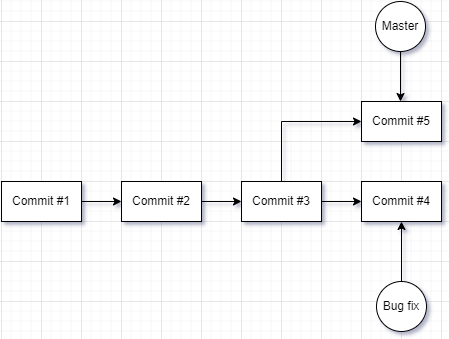
Earlier version of the draw.io export Assets/images/git-branch-change-main.png (braboj/tutorial-git). Source tidied: cells renumbered, new cells last; positions are measured from the earlier drawing's top-left corner, leaving out a move shared by most shapes.
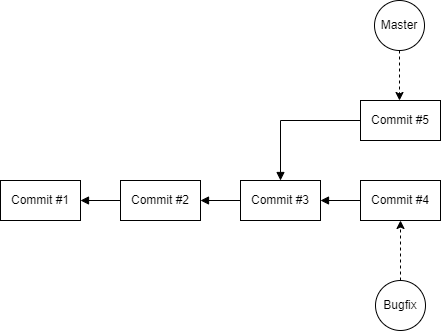
Later version of the same file.

The edit, as a diff of the source:
```diff
@@ -2,22 +2,22 @@
   <root>
     <mxCell id="0" />
     <mxCell id="1" parent="0" />
-    <mxCell id="2" style="edgeStyle=orthogonalEdgeStyle;rounded=0;jettySize=auto;html=1;entryX=0;entryY=0.5;entryDx=0;entryDy=0;" parent="1" edge="1" source="3" target="5">
+    <mxCell id="2" style="edgeStyle=orthogonalEdgeStyle;rounded=0;jettySize=auto;html=1;entryX=0;entryY=0.5;entryDx=0;entryDy=0;endArrow=none;endFill=0;startArrow=block;startFill=1;" parent="1" edge="1" source="3" target="5">
       <mxGeometry relative="1" as="geometry" />
     </mxCell>
     <mxCell id="3" value="Commit #1" style="rounded=0;whiteSpace=wrap;html=1;" parent="1" vertex="1">
       <mxGeometry y="180" width="80" height="40" as="geometry" />
     </mxCell>
-    <mxCell id="4" style="edgeStyle=orthogonalEdgeStyle;rounded=0;jettySize=auto;html=1;" parent="1" edge="1" source="5" target="8">
+    <mxCell id="4" style="edgeStyle=orthogonalEdgeStyle;rounded=0;jettySize=auto;html=1;endArrow=none;endFill=0;startArrow=block;startFill=1;" parent="1" edge="1" source="5" target="8">
       <mxGeometry relative="1" as="geometry" />
     </mxCell>
     <mxCell id="5" value="Commit #2" style="rounded=0;whiteSpace=wrap;html=1;" parent="1" vertex="1">
       <mxGeometry x="120" y="180" width="80" height="40" as="geometry" />
     </mxCell>
-    <mxCell id="6" style="edgeStyle=orthogonalEdgeStyle;rounded=0;jettySize=auto;html=1;entryX=0;entryY=0.5;entryDx=0;entryDy=0;" parent="1" edge="1" source="8" target="11">
+    <mxCell id="6" style="edgeStyle=orthogonalEdgeStyle;rounded=0;jettySize=auto;html=1;entryX=0;entryY=0.5;entryDx=0;entryDy=0;endArrow=none;endFill=0;startArrow=block;startFill=1;" parent="1" edge="1" source="8" target="11">
       <mxGeometry relative="1" as="geometry" />
     </mxCell>
-    <mxCell id="7" style="edgeStyle=orthogonalEdgeStyle;rounded=0;jettySize=auto;html=1;entryX=0;entryY=0.5;entryDx=0;entryDy=0;" parent="1" edge="1" source="8" target="14">
+    <mxCell id="7" style="edgeStyle=orthogonalEdgeStyle;rounded=0;jettySize=auto;html=1;entryX=0;entryY=0.5;entryDx=0;entryDy=0;endArrow=none;endFill=0;startArrow=block;startFill=1;" parent="1" edge="1" source="8" target="14">
       <mxGeometry relative="1" as="geometry">
         <Array as="points">
           <mxPoint x="280" y="120" />
@@ -27,7 +27,7 @@
     <mxCell id="8" value="Commit #3" style="rounded=0;whiteSpace=wrap;html=1;" parent="1" vertex="1">
       <mxGeometry x="240" y="180" width="80" height="40" as="geometry" />
     </mxCell>
-    <mxCell id="9" style="edgeStyle=orthogonalEdgeStyle;rounded=0;jettySize=auto;html=1;entryX=0.5;entryY=0;entryDx=0;entryDy=0;" parent="1" edge="1" source="10">
+    <mxCell id="9" style="edgeStyle=orthogonalEdgeStyle;rounded=0;jettySize=auto;html=1;entryX=0.5;entryY=0;entryDx=0;entryDy=0;dashed=1;" parent="1" edge="1" source="10">
       <mxGeometry relative="1" as="geometry">
         <mxPoint x="399" y="100" as="targetPoint" />
       </mxGeometry>
@@ -38,10 +38,10 @@
     <mxCell id="11" value="Commit #4" style="rounded=0;whiteSpace=wrap;html=1;" parent="1" vertex="1">
       <mxGeometry x="360" y="180" width="80" height="40" as="geometry" />
     </mxCell>
-    <mxCell id="12" style="edgeStyle=orthogonalEdgeStyle;rounded=0;jettySize=auto;html=1;entryX=0.5;entryY=1;entryDx=0;entryDy=0;" parent="1" edge="1" source="13" target="11">
+    <mxCell id="12" style="edgeStyle=orthogonalEdgeStyle;rounded=0;jettySize=auto;html=1;entryX=0.5;entryY=1;entryDx=0;entryDy=0;dashed=1;" parent="1" edge="1" source="13" target="11">
       <mxGeometry relative="1" as="geometry" />
     </mxCell>
-    <mxCell id="13" value="Bug fix" style="ellipse;whiteSpace=wrap;html=1;" parent="1" vertex="1">
+    <mxCell id="13" value="Bugfix" style="ellipse;whiteSpace=wrap;html=1;" parent="1" vertex="1">
       <mxGeometry x="375" y="280" width="50" height="50" as="geometry" />
     </mxCell>
     <mxCell id="14" value="Commit #5" style="rounded=0;whiteSpace=wrap;html=1;" parent="1" vertex="1">
```
